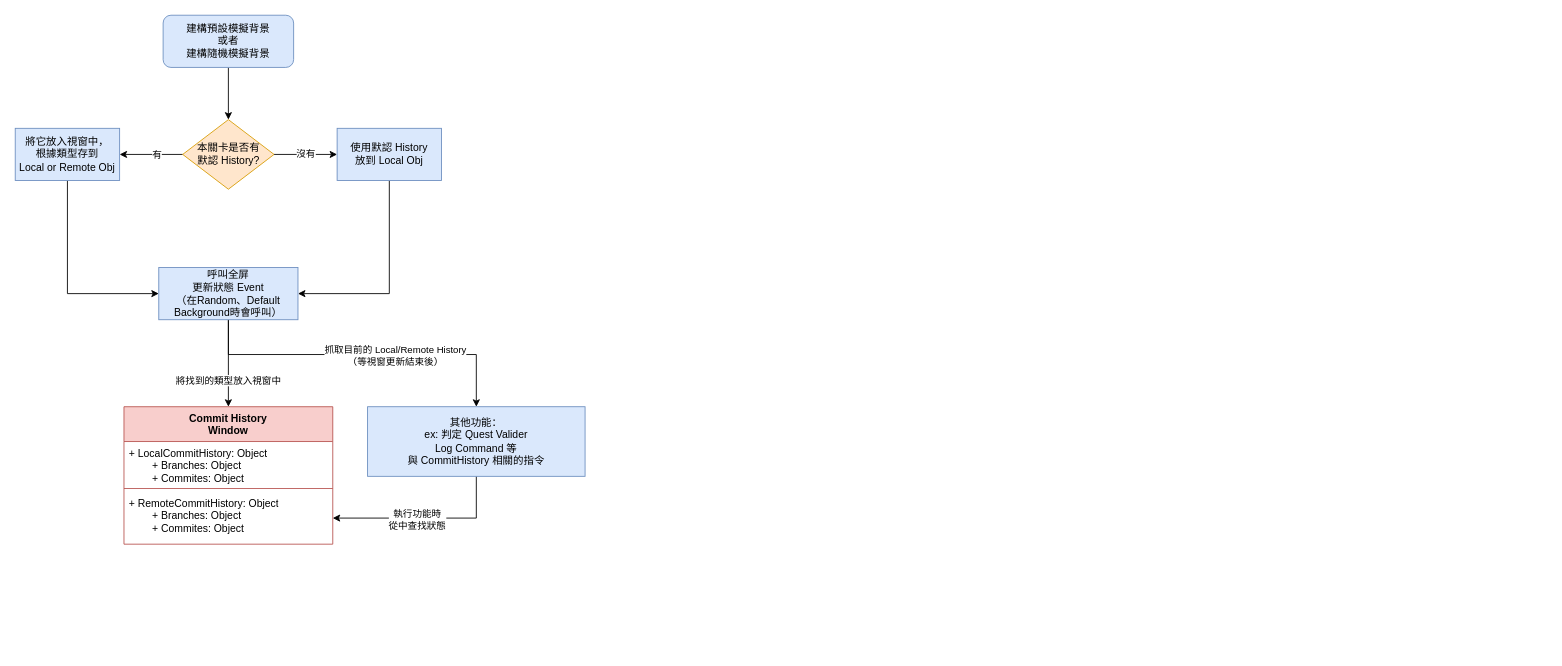
Before: Assets/02_Scenes/Game Structure/系統規劃.drawio in fcumselab/GitEducationGame, a draw.io diagram. Source tidied: cells renumbered, new cells numbered last; positions are measured from the earlier drawing's top-left corner, leaving out a move shared by most shapes. Both pictures are drawn from the tidied source at 87%, with x=0, y=0 at pixel (15, 15).
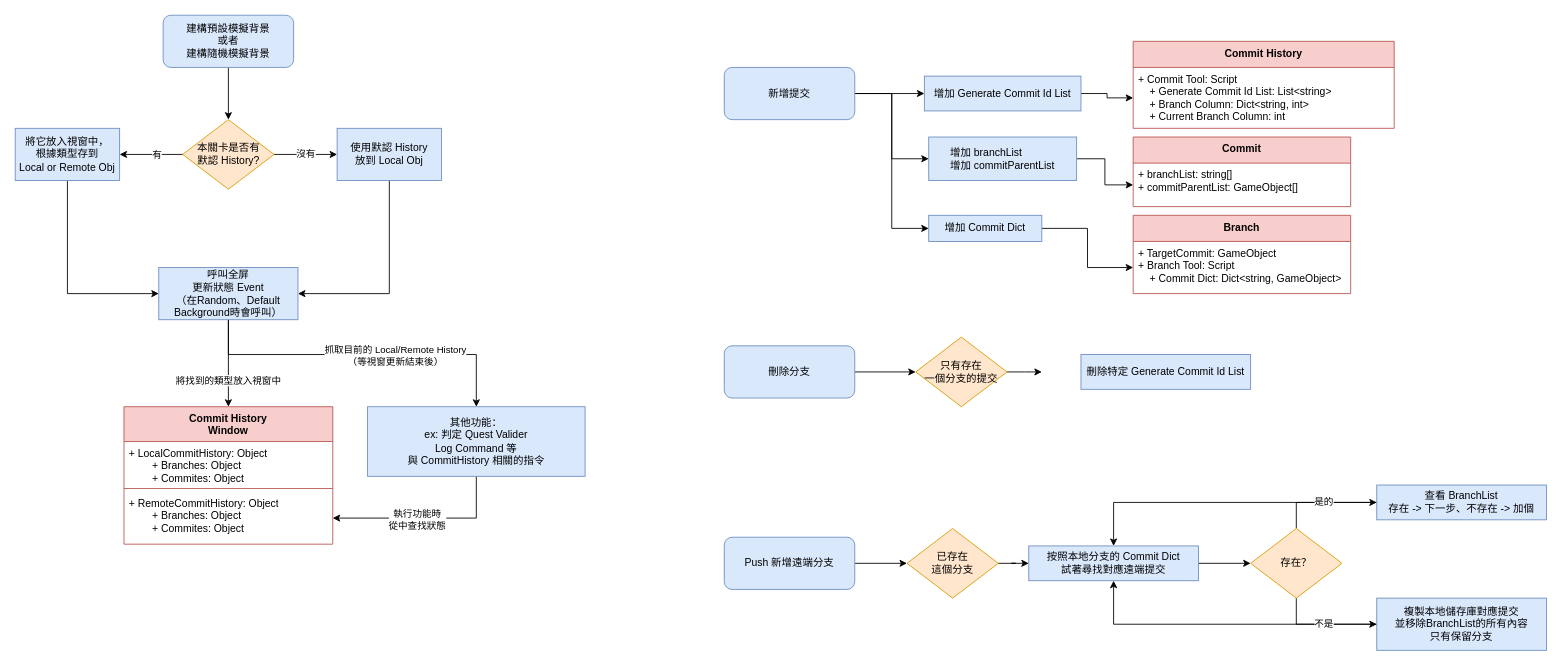
The same page after the edit.

Change to the diagram source:
```diff
@@
+    <mxCell id="23" style="edgeStyle=orthogonalEdgeStyle;rounded=0;jettySize=auto;html=1;entryX=0.5;entryY=0;entryDx=0;entryDy=0;" parent="1" edge="1" source="55" target="51">
+      <mxGeometry relative="1" as="geometry" />
+    </mxCell>
+    <mxCell id="24" style="edgeStyle=orthogonalEdgeStyle;rounded=0;jettySize=auto;html=1;entryX=0.5;entryY=1;entryDx=0;entryDy=0;" parent="1" edge="1" source="56" target="51">
+      <mxGeometry relative="1" as="geometry" />
+    </mxCell>
@@
+    <mxCell id="25" value="Commit History" style="swimlane;fontStyle=1;align=center;verticalAlign=top;horizontal=1;startSize=30;whiteSpace=wrap;html=1;fillColor=#f8cecc;strokeColor=#b85450;" parent="1" vertex="1">
+      <mxGeometry x="1285" y="30" width="300" height="100" as="geometry" />
+    </mxCell>
+    <mxCell id="26" value="+ Commit Tool: Script&lt;br&gt;&lt;span style=&quot;&quot;&gt;&lt;span style=&quot;white-space: pre;&quot;&gt;&amp;nbsp;&amp;nbsp;&amp;nbsp;&amp;nbsp;&lt;/span&gt;&lt;/span&gt;+ Generate Commit Id List: List&amp;lt;string&amp;gt;&lt;br&gt;&lt;span style=&quot;&quot;&gt;&lt;span style=&quot;white-space: pre;&quot;&gt;&amp;nbsp;&amp;nbsp;&amp;nbsp;&amp;nbsp;&lt;/span&gt;&lt;/span&gt;+ Branch Column: Dict&amp;lt;string, int&amp;gt;&lt;br&gt;&amp;nbsp; &amp;nbsp; + Current Branch Column: int" style="text;strokeColor=none;fillColor=none;align=left;verticalAlign=top;spacingLeft=4;spacingRight=4;overflow=hidden;points=[[0,0.5],[1,0.5]];portConstraint=eastwest;whiteSpace=wrap;html=1;" parent="25" vertex="1">
+      <mxGeometry y="30" width="300" height="70" as="geometry" />
+    </mxCell>
+    <mxCell id="27" value="Branch" style="swimlane;fontStyle=1;align=center;verticalAlign=top;horizontal=1;startSize=30;whiteSpace=wrap;html=1;fillColor=#f8cecc;strokeColor=#b85450;" parent="1" vertex="1">
+      <mxGeometry x="1285" y="230" width="250" height="90" as="geometry" />
+    </mxCell>
+    <mxCell id="28" value="+ TargetCommit: GameObject&lt;br&gt;+&amp;nbsp;Branch Tool: Script&lt;br&gt;&lt;span style=&quot;&quot;&gt;&lt;span style=&quot;&quot;&gt;&amp;nbsp;&amp;nbsp;&amp;nbsp;&amp;nbsp;&lt;/span&gt;&lt;/span&gt;+ Commit Dict: Dict&amp;lt;string, GameObject&amp;gt;" style="text;strokeColor=none;fillColor=none;align=left;verticalAlign=top;spacingLeft=4;spacingRight=4;overflow=hidden;points=[[0,0.5],[1,0.5]];portConstraint=eastwest;whiteSpace=wrap;html=1;" parent="27" vertex="1">
+      <mxGeometry y="30" width="250" height="60" as="geometry" />
+    </mxCell>
+    <mxCell id="29" value="Commit" style="swimlane;fontStyle=1;align=center;verticalAlign=top;horizontal=1;startSize=30;whiteSpace=wrap;html=1;fillColor=#f8cecc;strokeColor=#b85450;" parent="1" vertex="1">
+      <mxGeometry x="1285" y="140" width="250" height="80" as="geometry" />
+    </mxCell>
+    <mxCell id="30" value="+&amp;nbsp;branchList: string[]&lt;br&gt;+ commitParentList: GameObject[]" style="text;strokeColor=none;fillColor=none;align=left;verticalAlign=top;spacingLeft=4;spacingRight=4;overflow=hidden;points=[[0,0.5],[1,0.5]];portConstraint=eastwest;whiteSpace=wrap;html=1;" parent="29" vertex="1">
+      <mxGeometry y="30" width="250" height="50" as="geometry" />
+    </mxCell>
+    <mxCell id="31" style="edgeStyle=orthogonalEdgeStyle;rounded=0;jettySize=auto;html=1;" parent="1" edge="1" source="34" target="38">
+      <mxGeometry relative="1" as="geometry" />
+    </mxCell>
+    <mxCell id="32" style="edgeStyle=orthogonalEdgeStyle;rounded=0;jettySize=auto;html=1;entryX=0;entryY=0.5;entryDx=0;entryDy=0;" parent="1" edge="1" source="34" target="36">
+      <mxGeometry relative="1" as="geometry" />
+    </mxCell>
+    <mxCell id="33" style="edgeStyle=orthogonalEdgeStyle;rounded=0;jettySize=auto;html=1;entryX=0;entryY=0.5;entryDx=0;entryDy=0;" parent="1" edge="1" source="34" target="40">
+      <mxGeometry relative="1" as="geometry" />
+    </mxCell>
+    <mxCell id="34" value="新增提交" style="rounded=1;whiteSpace=wrap;html=1;fillColor=#dae8fc;strokeColor=#6c8ebf;" parent="1" vertex="1">
+      <mxGeometry x="815" y="60" width="150" height="60" as="geometry" />
+    </mxCell>
+    <mxCell id="35" style="edgeStyle=orthogonalEdgeStyle;rounded=0;jettySize=auto;html=1;" parent="1" edge="1" source="36" target="30">
+      <mxGeometry relative="1" as="geometry" />
+    </mxCell>
+    <mxCell id="36" value="&lt;div style=&quot;text-align: left;&quot;&gt;&lt;span style=&quot;background-color: initial;&quot;&gt;增加 branchList&lt;/span&gt;&lt;/div&gt;&lt;div style=&quot;text-align: left;&quot;&gt;&lt;span style=&quot;background-color: initial;&quot;&gt;增加 commitParentList&lt;/span&gt;&lt;/div&gt;" style="whiteSpace=wrap;html=1;fillColor=#dae8fc;strokeColor=#6c8ebf;" parent="1" vertex="1">
+      <mxGeometry x="1050" y="140" width="170" height="50" as="geometry" />
+    </mxCell>
+    <mxCell id="37" style="edgeStyle=orthogonalEdgeStyle;rounded=0;jettySize=auto;html=1;" parent="1" edge="1" source="38" target="26">
+      <mxGeometry relative="1" as="geometry" />
+    </mxCell>
+    <mxCell id="38" value="增加 Generate Commit Id List" style="whiteSpace=wrap;html=1;fillColor=#dae8fc;strokeColor=#6c8ebf;" parent="1" vertex="1">
+      <mxGeometry x="1045" y="70" width="180" height="40" as="geometry" />
+    </mxCell>
+    <mxCell id="39" style="edgeStyle=orthogonalEdgeStyle;rounded=0;jettySize=auto;html=1;exitX=1;exitY=0.5;exitDx=0;exitDy=0;entryX=0;entryY=0.5;entryDx=0;entryDy=0;" parent="1" edge="1" source="40" target="28">
+      <mxGeometry relative="1" as="geometry" />
+    </mxCell>
+    <mxCell id="40" value="增加 Commit Dict" style="whiteSpace=wrap;html=1;fillColor=#dae8fc;strokeColor=#6c8ebf;" parent="1" vertex="1">
+      <mxGeometry x="1050" y="230" width="130" height="30" as="geometry" />
+    </mxCell>
+    <mxCell id="41" style="edgeStyle=orthogonalEdgeStyle;rounded=0;jettySize=auto;html=1;" parent="1" edge="1" source="42" target="44">
+      <mxGeometry relative="1" as="geometry" />
+    </mxCell>
+    <mxCell id="42" value="刪除分支" style="rounded=1;whiteSpace=wrap;html=1;fillColor=#dae8fc;strokeColor=#6c8ebf;" parent="1" vertex="1">
+      <mxGeometry x="815" y="380" width="150" height="60" as="geometry" />
+    </mxCell>
+    <mxCell id="43" style="edgeStyle=orthogonalEdgeStyle;rounded=0;jettySize=auto;html=1;" parent="1" edge="1" source="44">
+      <mxGeometry relative="1" as="geometry">
+        <mxPoint x="1180" y="410" as="targetPoint" />
+      </mxGeometry>
+    </mxCell>
+    <mxCell id="44" value="只有存在&lt;br&gt;一個分支的提交" style="rhombus;whiteSpace=wrap;html=1;fillColor=#ffe6cc;strokeColor=#d79b00;" parent="1" vertex="1">
+      <mxGeometry x="1035" y="370" width="105" height="80" as="geometry" />
+    </mxCell>
+    <mxCell id="45" value="刪除特定 Generate Commit Id List" style="whiteSpace=wrap;html=1;fillColor=#dae8fc;strokeColor=#6c8ebf;" parent="1" vertex="1">
+      <mxGeometry x="1225" y="390" width="195" height="40" as="geometry" />
+    </mxCell>
+    <mxCell id="46" style="edgeStyle=orthogonalEdgeStyle;rounded=0;jettySize=auto;html=1;" parent="1" edge="1" source="47" target="49">
+      <mxGeometry relative="1" as="geometry" />
+    </mxCell>
+    <mxCell id="47" value="Push 新增遠端分支" style="rounded=1;whiteSpace=wrap;html=1;fillColor=#dae8fc;strokeColor=#6c8ebf;" parent="1" vertex="1">
+      <mxGeometry x="815" y="600" width="150" height="60" as="geometry" />
+    </mxCell>
+    <mxCell id="48" style="edgeStyle=orthogonalEdgeStyle;rounded=0;jettySize=auto;html=1;" parent="1" edge="1" source="49" target="51">
+      <mxGeometry relative="1" as="geometry" />
+    </mxCell>
+    <mxCell id="49" value="已存在&lt;br&gt;這個分支" style="rhombus;whiteSpace=wrap;html=1;fillColor=#ffe6cc;strokeColor=#d79b00;" parent="1" vertex="1">
+      <mxGeometry x="1025" y="590" width="105" height="80" as="geometry" />
+    </mxCell>
+    <mxCell id="50" style="edgeStyle=orthogonalEdgeStyle;rounded=0;jettySize=auto;html=1;" parent="1" edge="1" source="51" target="54">
+      <mxGeometry relative="1" as="geometry" />
+    </mxCell>
+    <mxCell id="51" value="按照本地分支的 Commit Dict &lt;br&gt;試著尋找對應遠端提交" style="whiteSpace=wrap;html=1;fillColor=#dae8fc;strokeColor=#6c8ebf;" parent="1" vertex="1">
+      <mxGeometry x="1165" y="610" width="195" height="40" as="geometry" />
+    </mxCell>
+    <mxCell id="52" value="是的" style="edgeStyle=orthogonalEdgeStyle;rounded=0;jettySize=auto;html=1;exitX=0.5;exitY=0;exitDx=0;exitDy=0;entryX=0;entryY=0.5;entryDx=0;entryDy=0;" parent="1" edge="1" source="54" target="55">
+      <mxGeometry relative="1" as="geometry">
+        <Array as="points">
+          <mxPoint x="1473" y="560" />
+        </Array>
+      </mxGeometry>
+    </mxCell>
+    <mxCell id="53" value="不是" style="edgeStyle=orthogonalEdgeStyle;rounded=0;jettySize=auto;html=1;exitX=0.5;exitY=1;exitDx=0;exitDy=0;entryX=0;entryY=0.5;entryDx=0;entryDy=0;" parent="1" edge="1" source="54" target="56">
+      <mxGeometry relative="1" as="geometry">
+        <Array as="points">
+          <mxPoint x="1473" y="700" />
+        </Array>
+      </mxGeometry>
+    </mxCell>
+    <mxCell id="54" value="存在？" style="rhombus;whiteSpace=wrap;html=1;fillColor=#ffe6cc;strokeColor=#d79b00;" parent="1" vertex="1">
+      <mxGeometry x="1420" y="590" width="105" height="80" as="geometry" />
+    </mxCell>
+    <mxCell id="55" value="查看 BranchList&lt;br&gt;存在 -&amp;gt; 下一步、不存在 -&amp;gt; 加個" style="whiteSpace=wrap;html=1;fillColor=#dae8fc;strokeColor=#6c8ebf;" parent="1" vertex="1">
+      <mxGeometry x="1565" y="540" width="195" height="40" as="geometry" />
+    </mxCell>
+    <mxCell id="56" value="複製本地儲存庫對應提交&lt;br&gt;並移除BranchList的所有內容&lt;br&gt;只有保留分支" style="whiteSpace=wrap;html=1;fillColor=#dae8fc;strokeColor=#6c8ebf;" parent="1" vertex="1">
+      <mxGeometry x="1565" y="670" width="195" height="60" as="geometry" />
+    </mxCell>
```
